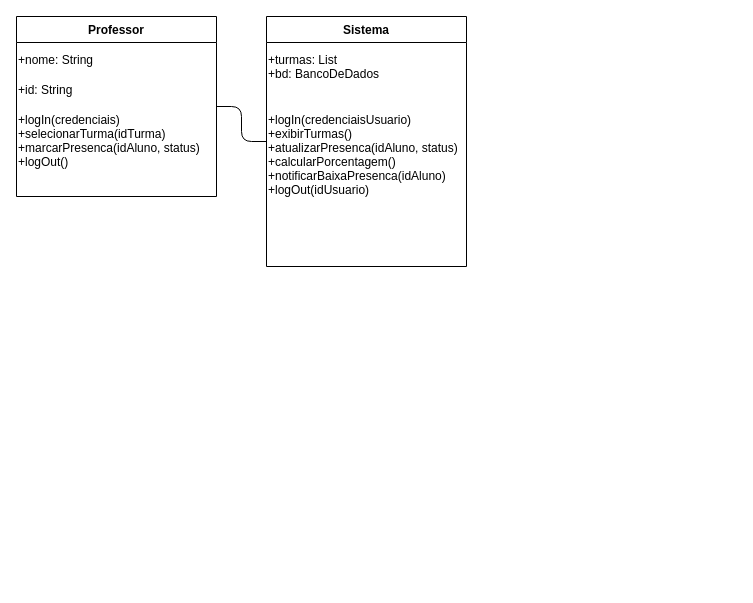
Before: Diagramas/Diagrama sem nome.drawio in cc4semestre/projeto, a draw.io diagram. Source tidied: cells renumbered, new cells numbered last; positions are measured from the earlier drawing's top-left corner, leaving out a move shared by most shapes. Both pictures are drawn from the tidied source at 100%, with x=0, y=0 at pixel (16, 16).
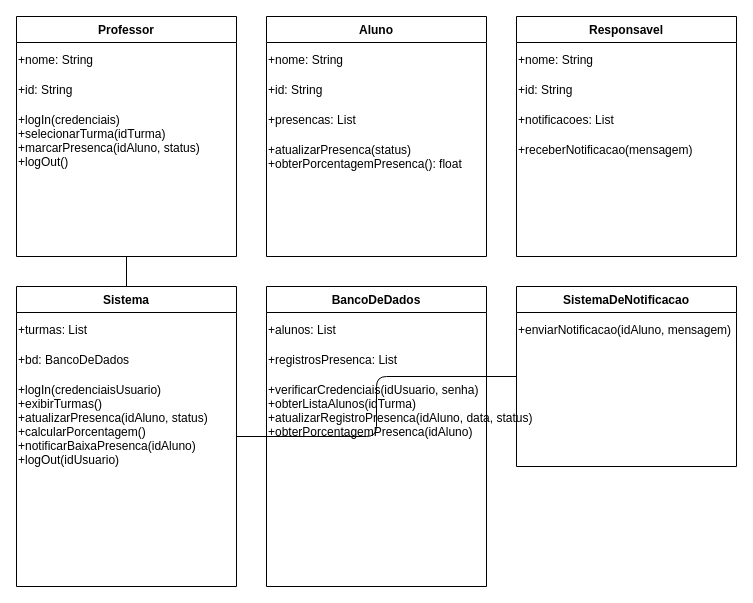
Above is the later version.

What changed in the source:
```diff
@@
     <mxCell id="2" value="Professor" style="swimlane;startSize=26;" parent="1" vertex="1">
-      <mxGeometry width="200" height="180" as="geometry" />
+      <mxGeometry width="220" height="240" as="geometry" />
     </mxCell>
-    <mxCell id="3" value="+nome: String" style="text;" parent="2" vertex="1">
-      <mxGeometry y="30" width="200" height="26" as="geometry" />
-    </mxCell>
-    <mxCell id="4" value="+id: String" style="text;" parent="2" vertex="1">
-      <mxGeometry y="60" width="200" height="26" as="geometry" />
-    </mxCell>
+    <mxCell id="10" value="+nome: String" style="text;" parent="2" vertex="1">
+      <mxGeometry y="30" height="26" as="geometry" />
+    </mxCell>
+    <mxCell id="11" value="+id: String" style="text;" parent="2" vertex="1">
+      <mxGeometry y="60" height="26" as="geometry" />
+    </mxCell>
     <mxCell id="5" value="+logIn(credenciais)&#10;+selecionarTurma(idTurma)&#10;+marcarPresenca(idAluno, status)&#10;+logOut()" style="text;" parent="2" vertex="1">
-      <mxGeometry y="90" width="200" height="80" as="geometry" />
+      <mxGeometry y="90" height="150" as="geometry" />
     </mxCell>
+    <mxCell id="12" value="Aluno" style="swimlane;startSize=26;" parent="1" vertex="1">
+      <mxGeometry x="250" width="220" height="240" as="geometry" />
+    </mxCell>
+    <mxCell id="13" value="+nome: String" style="text;" parent="12" vertex="1">
+      <mxGeometry y="30" height="26" as="geometry" />
+    </mxCell>
+    <mxCell id="14" value="+id: String" style="text;" parent="12" vertex="1">
+      <mxGeometry y="60" height="26" as="geometry" />
+    </mxCell>
+    <mxCell id="15" value="+presencas: List" style="text;" parent="12" vertex="1">
+      <mxGeometry y="90" height="26" as="geometry" />
+    </mxCell>
+    <mxCell id="16" value="+atualizarPresenca(status)&#10;+obterPorcentagemPresenca(): float" style="text;" parent="12" vertex="1">
+      <mxGeometry y="120" height="100" as="geometry" />
+    </mxCell>
+    <mxCell id="17" value="Responsavel" style="swimlane;startSize=26;" parent="1" vertex="1">
+      <mxGeometry x="500" width="220" height="240" as="geometry" />
+    </mxCell>
+    <mxCell id="18" value="+nome: String" style="text;" parent="17" vertex="1">
+      <mxGeometry y="30" height="26" as="geometry" />
+    </mxCell>
+    <mxCell id="19" value="+id: String" style="text;" parent="17" vertex="1">
+      <mxGeometry y="60" height="26" as="geometry" />
+    </mxCell>
+    <mxCell id="20" value="+notificacoes: List" style="text;" parent="17" vertex="1">
+      <mxGeometry y="90" height="26" as="geometry" />
+    </mxCell>
+    <mxCell id="21" value="+receberNotificacao(mensagem)" style="text;" parent="17" vertex="1">
+      <mxGeometry y="120" height="100" as="geometry" />
+    </mxCell>
     <mxCell id="6" value="Sistema" style="swimlane;startSize=26;" parent="1" vertex="1">
-      <mxGeometry x="250" width="200" height="250" as="geometry" />
+      <mxGeometry y="270" width="220" height="300" as="geometry" />
     </mxCell>
-    <mxCell id="7" value="+turmas: List&#10;+bd: BancoDeDados" style="text;" parent="6" vertex="1">
-      <mxGeometry y="30" width="200" height="52" as="geometry" />
-    </mxCell>
+    <mxCell id="22" value="+turmas: List" style="text;" parent="6" vertex="1">
+      <mxGeometry y="30" height="26" as="geometry" />
+    </mxCell>
+    <mxCell id="23" value="+bd: BancoDeDados" style="text;" parent="6" vertex="1">
+      <mxGeometry y="60" height="26" as="geometry" />
+    </mxCell>
     <mxCell id="8" value="+logIn(credenciaisUsuario)&#10;+exibirTurmas()&#10;+atualizarPresenca(idAluno, status)&#10;+calcularPorcentagem()&#10;+notificarBaixaPresenca(idAluno)&#10;+logOut(idUsuario)" style="text;" parent="6" vertex="1">
-      <mxGeometry y="90" width="200" height="150" as="geometry" />
+      <mxGeometry y="90" height="200" as="geometry" />
     </mxCell>
+    <mxCell id="24" value="BancoDeDados" style="swimlane;startSize=26;" parent="1" vertex="1">
+      <mxGeometry x="250" y="270" width="220" height="300" as="geometry" />
+    </mxCell>
+    <mxCell id="25" value="+alunos: List" style="text;" parent="24" vertex="1">
+      <mxGeometry y="30" height="26" as="geometry" />
+    </mxCell>
+    <mxCell id="26" value="+registrosPresenca: List" style="text;" parent="24" vertex="1">
+      <mxGeometry y="60" height="26" as="geometry" />
+    </mxCell>
+    <mxCell id="27" value="+verificarCredenciais(idUsuario, senha)&#10;+obterListaAlunos(idTurma)&#10;+atualizarRegistroPresenca(idAluno, data, status)&#10;+obterPorcentagemPresenca(idAluno)" style="text;" parent="24" vertex="1">
+      <mxGeometry y="90" height="200" as="geometry" />
+    </mxCell>
+    <mxCell id="28" value="SistemaDeNotificacao" style="swimlane;startSize=26;" parent="1" vertex="1">
+      <mxGeometry x="500" y="270" width="220" height="180" as="geometry" />
+    </mxCell>
+    <mxCell id="29" value="+enviarNotificacao(idAluno, mensagem)" style="text;" parent="28" vertex="1">
+      <mxGeometry y="30" height="150" as="geometry" />
+    </mxCell>
@@
+    <mxCell id="30" style="edgeStyle=orthogonalEdgeStyle;curved=0;endArrow=none;" parent="1" edge="1" source="6" target="24">
+      <mxGeometry relative="1" as="geometry" />
+    </mxCell>
+    <mxCell id="31" style="edgeStyle=orthogonalEdgeStyle;curved=0;endArrow=none;" parent="1" edge="1" source="6" target="28">
+      <mxGeometry relative="1" as="geometry" />
+    </mxCell>
```
